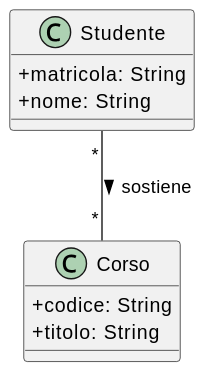
Earlier version of the PlantUML export plantuml.exportOutDir/puml/cap01_im01.svg (EmaRomano/AppuntiBasiDiDati1).
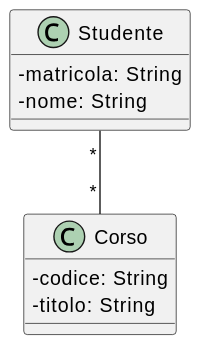
The same diagram one commit later.

Commit message:
sistemazione figure

What changed in the source:
```diff
@@ -2,14 +2,14 @@
 skinparam classAttributeIconSize 0
 
 class Studente {
-    + matricola: String
-    + nome: String
+    - matricola: String
+    -nome: String
 }
 
 class Corso {
-    + codice: String
-    + titolo: String
+    - codice: String
+    - titolo: String
 }
 
-Studente "*" -- "*" Corso : sostiene >
+Studente "*" -- "*" Corso
 @enduml
```
